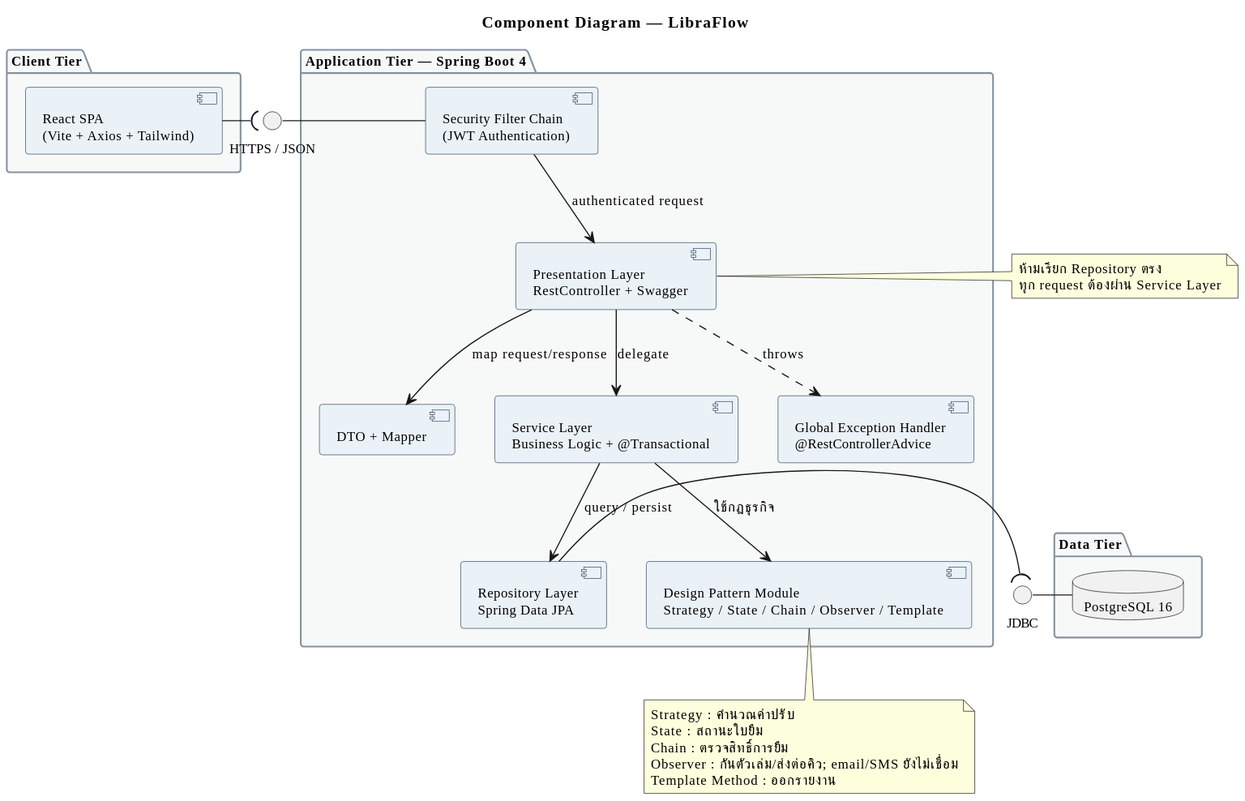
Earlier version of the PlantUML export doc/diagrams/images/12-component-diagram.svg (boatrocl/library_book_management). Its diagram source:
```plantuml
@startuml
title Component Diagram — LibraFlow

skinparam defaultFontName "Tahoma"
skinparam defaultFontSize 12
skinparam shadowing false
skinparam component {
  BackgroundColor #EAF2F8
  BorderColor #34495E
}
skinparam package {
  BackgroundColor #F7F9F9
  BorderColor #85929E
}

package "Client Tier" {
  [React SPA\n(Vite + Axios + Tailwind)] as UI
}

package "Application Tier — Spring Boot 4" {
  [Security Filter Chain\n(JWT Authentication)] as SEC
  [Presentation Layer\nRestController + Swagger] as CTRL
  [DTO + Mapper] as DTO
  [Service Layer\nBusiness Logic + @Transactional] as SVC
  [Design Pattern Module\nStrategy / State / Chain / Observer / Template] as PAT
  [Repository Layer\nSpring Data JPA] as REPO
  [Global Exception Handler\n@RestControllerAdvice] as EXC
}

package "Data Tier" {
  database "PostgreSQL 16" as DB
}

interface "HTTPS / JSON" as API
interface "JDBC" as JDBC

UI -( API
API - SEC
SEC --> CTRL : authenticated request
CTRL --> DTO : map request/response
CTRL --> SVC : delegate
CTRL ..> EXC : throws
SVC --> PAT : ใช้กฎธุรกิจ
SVC --> REPO : query / persist
REPO -( JDBC
JDBC - DB
note right of CTRL
  ห้ามเรียก Repository ตรง
  ทุก request ต้องผ่าน Service Layer
end note

note bottom of PAT
  Strategy : คำนวณค่าปรับ
  State : สถานะใบยืม
  Chain : ตรวจสิทธิ์การยืม
  Observer : กันตัวเล่ม/ส่งต่อคิว; email/SMS ยังไม่เชื่อม
  Template Method : ออกรายงาน
end note
@enduml
```
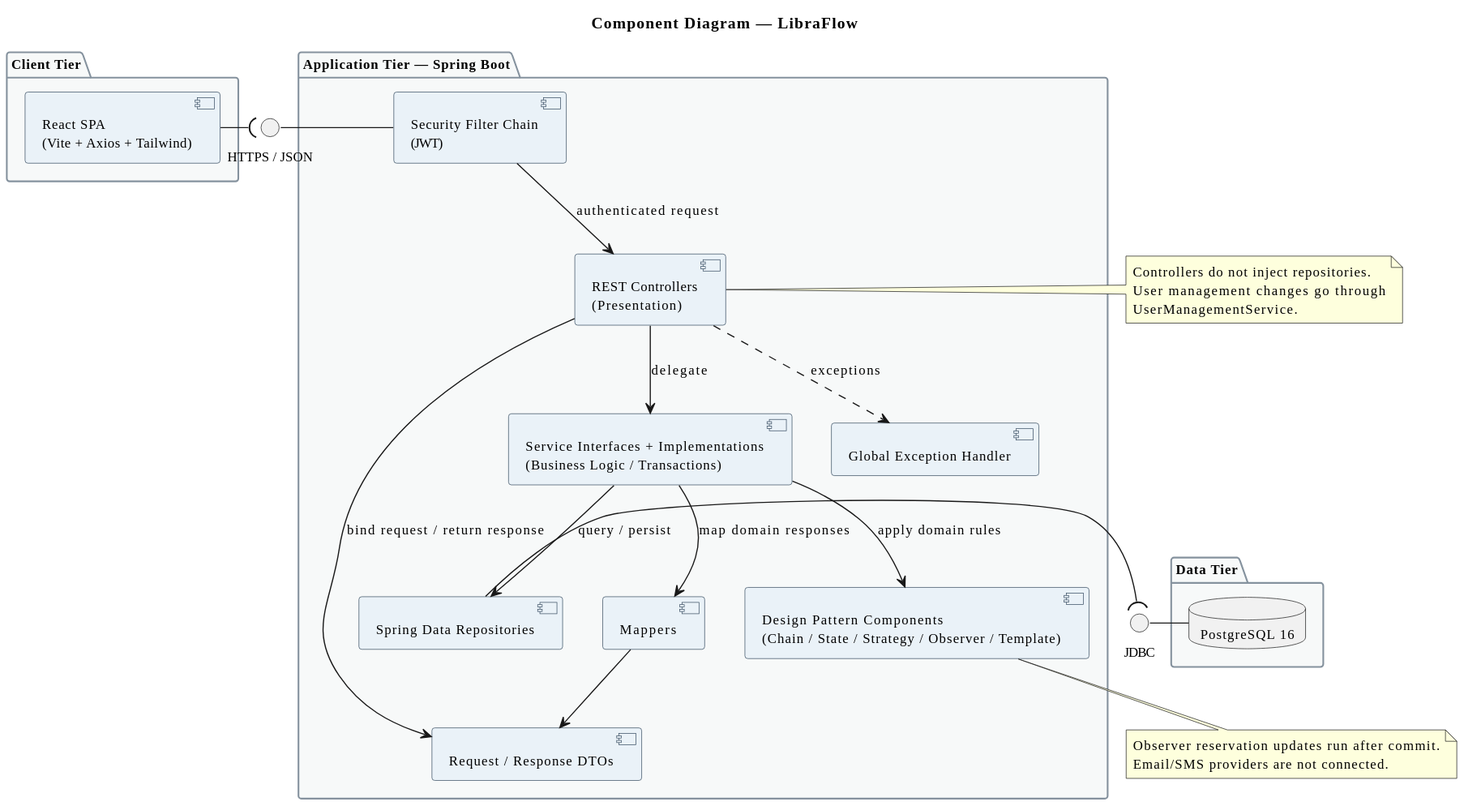
After the commit.

What changed in the source:
```diff
@@ -17,14 +17,15 @@
   [React SPA\n(Vite + Axios + Tailwind)] as UI
 }
 
-package "Application Tier — Spring Boot 4" {
-  [Security Filter Chain\n(JWT Authentication)] as SEC
-  [Presentation Layer\nRestController + Swagger] as CTRL
-  [DTO + Mapper] as DTO
-  [Service Layer\nBusiness Logic + @Transactional] as SVC
-  [Design Pattern Module\nStrategy / State / Chain / Observer / Template] as PAT
-  [Repository Layer\nSpring Data JPA] as REPO
-  [Global Exception Handler\n@RestControllerAdvice] as EXC
+package "Application Tier — Spring Boot" {
+  [Security Filter Chain\n(JWT)] as SEC
+  [REST Controllers\n(Presentation)] as CTRL
+  [Request / Response DTOs] as DTO
+  [Service Interfaces + Implementations\n(Business Logic / Transactions)] as SVC
+  [Mappers] as MAP
+  [Design Pattern Components\n(Chain / State / Strategy / Observer / Template)] as PAT
+  [Spring Data Repositories] as REPO
+  [Global Exception Handler] as EXC
 }
 
 package "Data Tier" {
@@ -37,23 +38,24 @@
 UI -( API
 API - SEC
 SEC --> CTRL : authenticated request
-CTRL --> DTO : map request/response
+CTRL --> DTO : bind request / return response
 CTRL --> SVC : delegate
-CTRL ..> EXC : throws
-SVC --> PAT : ใช้กฎธุรกิจ
+SVC --> MAP : map domain responses
+MAP --> DTO
+SVC --> PAT : apply domain rules
 SVC --> REPO : query / persist
+CTRL ..> EXC : exceptions
 REPO -( JDBC
 JDBC - DB
+
 note right of CTRL
-  ห้ามเรียก Repository ตรง
-  ทุก request ต้องผ่าน Service Layer
+  Controllers do not inject repositories.
+  User management changes go through
+  UserManagementService.
 end note
 
 note bottom of PAT
-  Strategy : คำนวณค่าปรับ
-  State : สถานะใบยืม
-  Chain : ตรวจสิทธิ์การยืม
-  Observer : กันตัวเล่ม/ส่งต่อคิว; email/SMS ยังไม่เชื่อม
-  Template Method : ออกรายงาน
+  Observer reservation updates run after commit.
+  Email/SMS providers are not connected.
 end note
 @enduml
```
